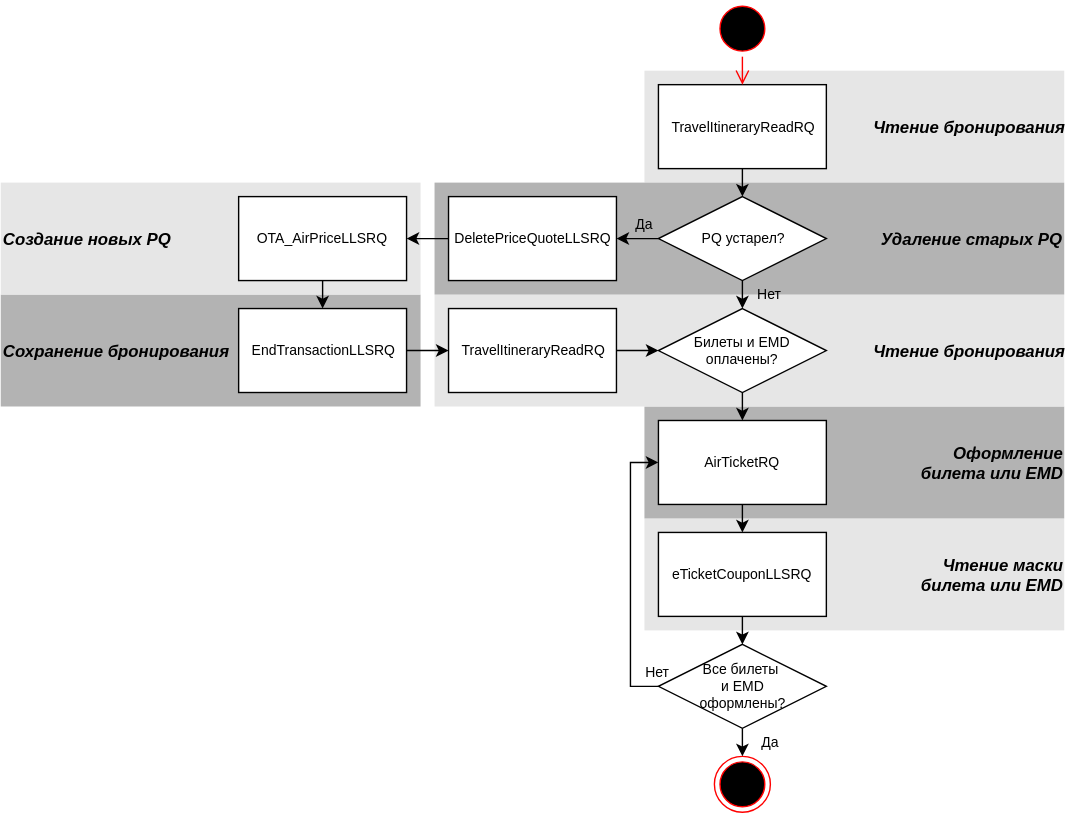
andreypolyak/sabre-apis-ru keeps this draw.io diagram as assets/svg/New Issue Tickets/[RU]New Issue Tickets-0.svg. Above is the earlier version. Source tidied: cells renumbered, new cells last; positions are measured from the earlier drawing's top-left corner, leaving out a move shared by most shapes.
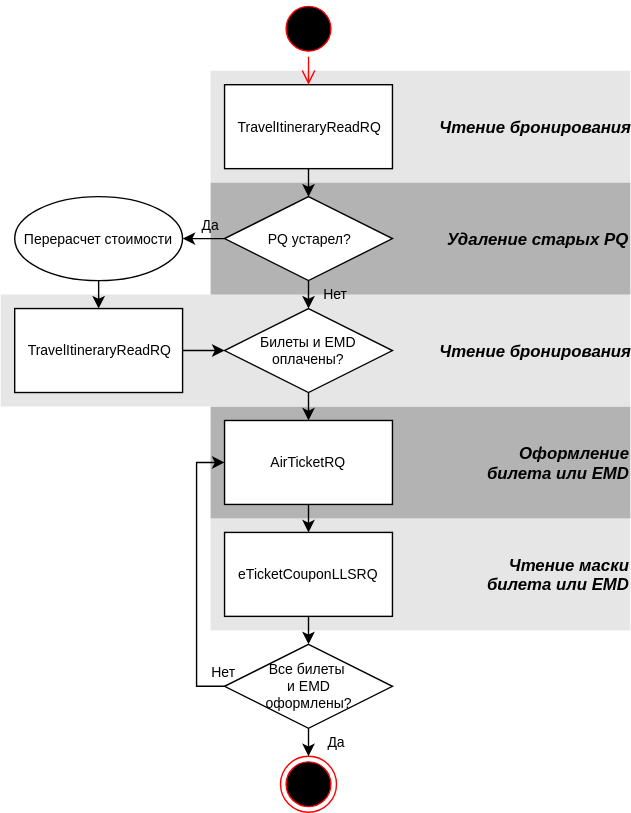
After the commit.

Diff of the diagram source:
```diff
@@ -8,20 +8,14 @@
     <mxCell id="3" value="&lt;div style=&quot;text-align: right&quot;&gt;&lt;span&gt;&lt;b&gt;&lt;i&gt;&lt;font style=&quot;font-size: 12px&quot;&gt;Оформление&lt;/font&gt;&lt;/i&gt;&lt;/b&gt;&lt;/span&gt;&lt;/div&gt;&lt;div style=&quot;text-align: right&quot;&gt;&lt;span&gt;&lt;b&gt;&lt;i&gt;&lt;font style=&quot;font-size: 12px&quot;&gt;билета или EMD&lt;/font&gt;&lt;/i&gt;&lt;/b&gt;&lt;/span&gt;&lt;br&gt;&lt;/div&gt;" style="whiteSpace=wrap;html=1;fillColor=#B3B3B3;fontSize=10;strokeColor=none;align=right;gradientColor=none;" parent="1" vertex="1">
       <mxGeometry x="460" y="290" width="300" height="80" as="geometry" />
     </mxCell>
-    <mxCell id="4" value="&lt;div style=&quot;text-align: right&quot;&gt;&lt;span&gt;&lt;b&gt;&lt;i&gt;&lt;font style=&quot;font-size: 12px&quot;&gt;Сохранение бронирования&lt;/font&gt;&lt;/i&gt;&lt;/b&gt;&lt;/span&gt;&lt;br&gt;&lt;/div&gt;" style="whiteSpace=wrap;html=1;fillColor=#B3B3B3;fontSize=10;strokeColor=none;align=left;gradientColor=none;" parent="1" vertex="1">
-      <mxGeometry y="210" width="300" height="80" as="geometry" />
-    </mxCell>
     <mxCell id="5" value="&lt;div style=&quot;text-align: right&quot;&gt;&lt;b&gt;&lt;i&gt;&lt;font style=&quot;font-size: 12px&quot;&gt;Чтение бронирования&lt;/font&gt;&lt;/i&gt;&lt;/b&gt;&lt;br&gt;&lt;/div&gt;" style="whiteSpace=wrap;html=1;fillColor=#E6E6E6;fontSize=10;strokeColor=none;align=right;gradientColor=none;" parent="1" vertex="1">
       <mxGeometry x="310" y="210" width="450" height="80" as="geometry" />
     </mxCell>
-    <mxCell id="6" value="&lt;div style=&quot;text-align: right&quot;&gt;&lt;span&gt;&lt;b&gt;&lt;i&gt;&lt;font style=&quot;font-size: 12px&quot;&gt;Создание новых PQ&lt;/font&gt;&lt;/i&gt;&lt;/b&gt;&lt;/span&gt;&lt;br&gt;&lt;/div&gt;" style="whiteSpace=wrap;html=1;fillColor=#E6E6E6;fontSize=10;strokeColor=none;align=left;gradientColor=none;" parent="1" vertex="1">
-      <mxGeometry y="130" width="300" height="80" as="geometry" />
-    </mxCell>
     <mxCell id="7" value="&lt;div style=&quot;text-align: right&quot;&gt;&lt;b&gt;&lt;i&gt;&lt;font style=&quot;font-size: 12px&quot;&gt;Чтение бронирования&lt;/font&gt;&lt;/i&gt;&lt;/b&gt;&lt;br&gt;&lt;/div&gt;" style="whiteSpace=wrap;html=1;fillColor=#E6E6E6;fontSize=10;strokeColor=none;align=right;gradientColor=none;" parent="1" vertex="1">
       <mxGeometry x="460" y="50" width="300" height="80" as="geometry" />
     </mxCell>
     <mxCell id="8" value="&lt;div style=&quot;text-align: right&quot;&gt;&lt;span&gt;&lt;b&gt;&lt;i&gt;&lt;font style=&quot;font-size: 12px&quot;&gt;Удаление старых PQ&lt;/font&gt;&lt;/i&gt;&lt;/b&gt;&lt;/span&gt;&lt;br&gt;&lt;/div&gt;" style="whiteSpace=wrap;html=1;fillColor=#B3B3B3;fontSize=10;strokeColor=none;align=right;gradientColor=none;" parent="1" vertex="1">
-      <mxGeometry x="310" y="130" width="450" height="80" as="geometry" />
+      <mxGeometry x="460" y="130" width="300" height="80" as="geometry" />
     </mxCell>
     <mxCell id="9" style="edgeStyle=orthogonalEdgeStyle;rounded=0;html=1;exitX=0.5;exitY=1;entryX=0.5;entryY=0;jettySize=auto;" parent="1" edge="1" source="10" target="26">
       <mxGeometry x="380" y="1390" as="geometry" />
@@ -29,18 +23,6 @@
     <mxCell id="10" value="TravelItineraryReadRQ" style="whiteSpace=wrap;html=1;rounded=0;fontSize=10;" parent="1" vertex="1">
       <mxGeometry x="470" y="60" width="120" height="60" as="geometry" />
     </mxCell>
-    <mxCell id="11" style="edgeStyle=orthogonalEdgeStyle;rounded=0;html=1;exitX=0;exitY=0.5;entryX=1;entryY=0.5;jettySize=auto;fontSize=10;" parent="1" edge="1" source="12" target="14">
-      <mxGeometry x="135" y="1440" as="geometry" />
-    </mxCell>
-    <mxCell id="12" value="DeletePriceQuoteLLSRQ" style="whiteSpace=wrap;html=1;rounded=0;fontSize=10;" parent="1" vertex="1">
-      <mxGeometry x="320" y="140" width="120" height="60" as="geometry" />
-    </mxCell>
-    <mxCell id="13" style="edgeStyle=orthogonalEdgeStyle;rounded=0;html=1;exitX=0.5;exitY=1;entryX=0.5;entryY=0;jettySize=auto;" parent="1" edge="1" source="14" target="28">
-      <mxGeometry x="75" y="1470" as="geometry" />
-    </mxCell>
-    <mxCell id="14" value="OTA_AirPriceLLSRQ" style="whiteSpace=wrap;html=1;rounded=0;fontSize=10;" parent="1" vertex="1">
-      <mxGeometry x="170" y="140" width="120" height="60" as="geometry" />
-    </mxCell>
     <mxCell id="15" style="edgeStyle=orthogonalEdgeStyle;rounded=0;html=1;exitX=0.5;exitY=1;entryX=0.5;entryY=0;jettySize=auto;fontSize=10;" parent="1" edge="1" source="16">
       <mxGeometry x="380" y="1630" as="geometry">
         <mxPoint x="530" y="380" as="targetPoint" />
@@ -81,20 +63,15 @@
         <mxPoint x="20" as="offset" />
       </mxGeometry>
     </mxCell>
-    <mxCell id="25" value="Да" style="edgeStyle=orthogonalEdgeStyle;rounded=0;html=1;exitX=0;exitY=0.5;entryX=1;entryY=0.5;jettySize=auto;fontSize=10;labelBackgroundColor=none;" parent="1" edge="1" source="26" target="12">
+    <mxCell id="25" value="Да" style="edgeStyle=orthogonalEdgeStyle;rounded=0;html=1;exitX=0;exitY=0.5;entryX=1;entryY=0.5;jettySize=auto;fontSize=10;labelBackgroundColor=none;" parent="1" edge="1" source="26">
       <mxGeometry as="geometry">
+        <mxPoint x="440" y="170" as="targetPoint" />
         <mxPoint x="5" y="-10" as="offset" />
       </mxGeometry>
     </mxCell>
     <mxCell id="26" value="PQ устарел?" style="rhombus;whiteSpace=wrap;html=1;rounded=0;fontSize=10;" parent="1" vertex="1">
       <mxGeometry x="470" y="140" width="120" height="60" as="geometry" />
     </mxCell>
-    <mxCell id="27" style="edgeStyle=orthogonalEdgeStyle;rounded=0;html=1;exitX=1;exitY=0.5;entryX=0;entryY=0.5;jettySize=auto;fontSize=10;" parent="1" edge="1" source="28" target="30">
-      <mxGeometry x="135" y="1520" as="geometry" />
-    </mxCell>
-    <mxCell id="28" value="EndTransactionLLSRQ" style="whiteSpace=wrap;html=1;rounded=0;fontSize=10;" parent="1" vertex="1">
-      <mxGeometry x="170" y="220" width="120" height="60" as="geometry" />
-    </mxCell>
     <mxCell id="29" style="edgeStyle=orthogonalEdgeStyle;rounded=0;html=1;exitX=1;exitY=0.5;entryX=0;entryY=0.5;jettySize=auto;fontSize=10;" parent="1" edge="1" source="30" target="20">
       <mxGeometry x="290" y="1520" as="geometry" />
     </mxCell>
@@ -118,5 +95,11 @@
     <mxCell id="33" value="Все билеты&amp;nbsp;&lt;div&gt;и EMD&lt;/div&gt;&lt;div&gt;оформлены?&lt;/div&gt;" style="rhombus;whiteSpace=wrap;html=1;rounded=0;fontSize=10;" parent="1" vertex="1">
       <mxGeometry x="470" y="460" width="120" height="60" as="geometry" />
     </mxCell>
+    <mxCell id="34" style="edgeStyle=orthogonalEdgeStyle;rounded=0;comic=0;html=1;exitX=0.5;exitY=1;entryX=0.5;entryY=0;labelBackgroundColor=none;endArrow=classic;endFill=1;jettySize=auto;strokeColor=#000000;strokeWidth=1;fontSize=10;fontColor=#000000;" parent="1" edge="1" source="35" target="30">
+      <mxGeometry relative="1" as="geometry" />
+    </mxCell>
+    <mxCell id="35" value="Перерасчет стоимости" style="ellipse;whiteSpace=wrap;html=1;rounded=0;glass=0;labelBackgroundColor=none;strokeColor=#000000;strokeWidth=1;fillColor=#FFFFFF;gradientColor=none;fontSize=10;fontColor=#000000;align=center;" parent="1" vertex="1">
+      <mxGeometry x="320" y="140" width="120" height="60" as="geometry" />
+    </mxCell>
   </root>
 </mxGraphModel>
```
